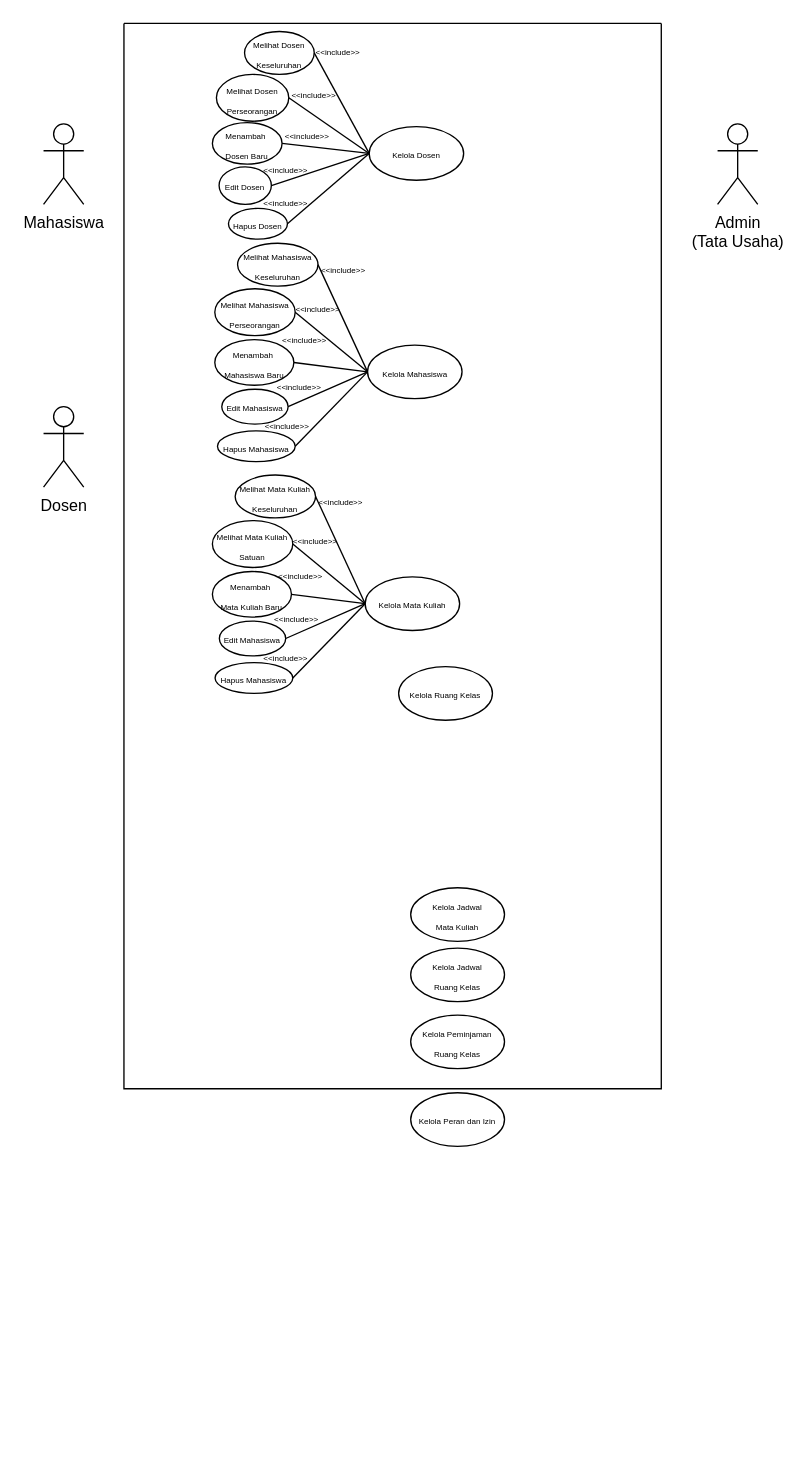
Above: Untitled Diagram.drawio in Cahayatirta/agama (draw.io), before the change. Source tidied: cells renumbered, new cells numbered last; positions are measured from the earlier drawing's top-left corner, leaving out a move shared by most shapes. Both pictures are drawn from the tidied source at 134%, with x=0, y=0 at pixel (43, 23).
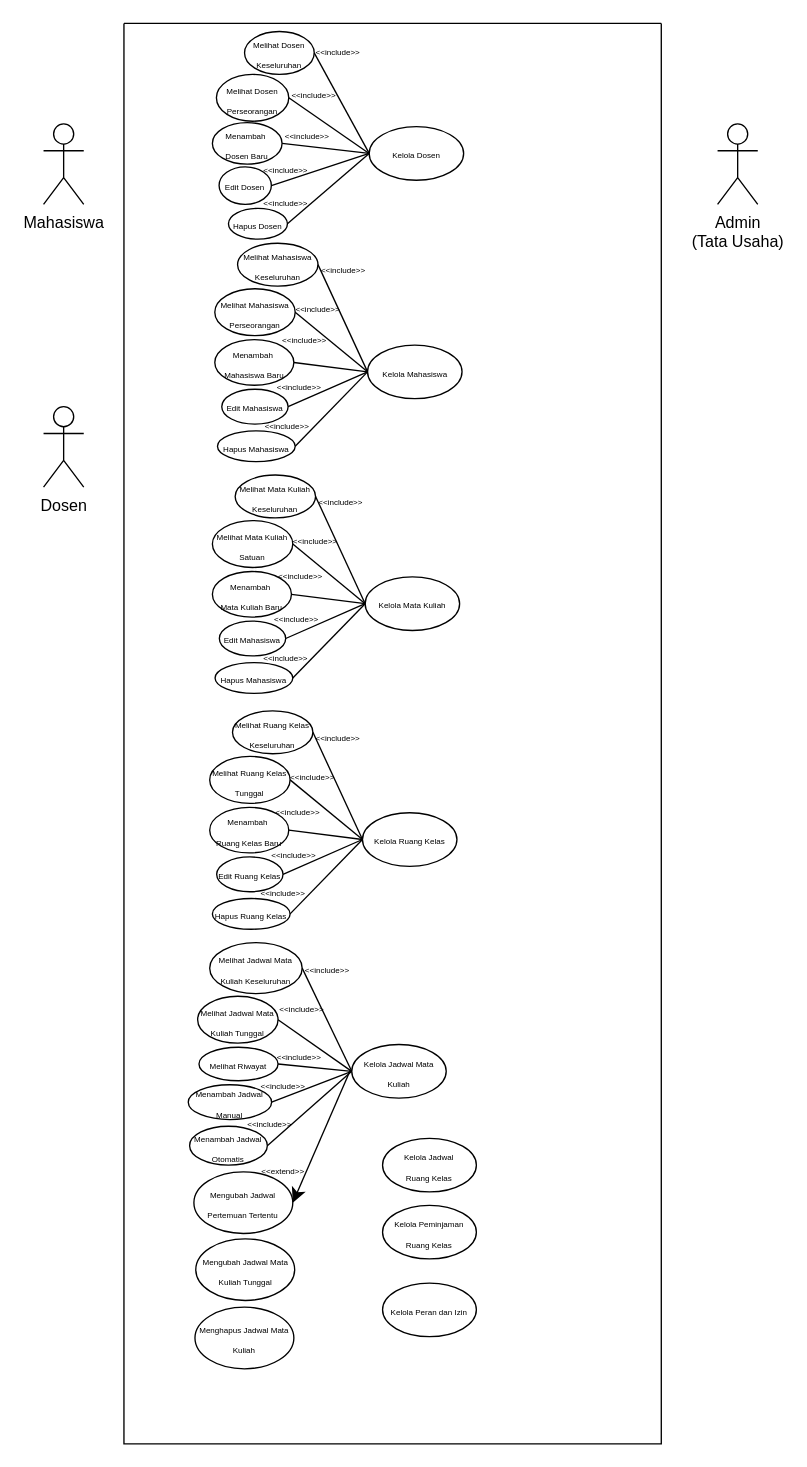
After the change.

Change to the diagram source:
```diff
@@
     <mxCell id="5" style="swimlane;startSize=0;" parent="1" vertex="1">
-      <mxGeometry x="60" width="401" height="795" as="geometry" />
+      <mxGeometry x="60" width="401" height="1060" as="geometry" />
     </mxCell>
@@
-    <mxCell id="8" value="&lt;font style=&quot;font-size: 6px;&quot;&gt;Kelola Ruang Kelas&lt;/font&gt;" style="ellipse;whiteSpace=wrap;html=1;verticalAlign=middle;align=center;" parent="5" vertex="1">
-      <mxGeometry x="205" y="480" width="70" height="40" as="geometry" />
-    </mxCell>
-    <mxCell id="9" value="&lt;font style=&quot;font-size: 6px;&quot;&gt;Kelola Jadwal&lt;/font&gt;&lt;div&gt;&lt;font style=&quot;font-size: 6px;&quot;&gt;Mata Kuliah&lt;/font&gt;&lt;/div&gt;" style="ellipse;whiteSpace=wrap;html=1;verticalAlign=middle;align=center;" parent="5" vertex="1">
-      <mxGeometry x="214" y="645" width="70" height="40" as="geometry" />
-    </mxCell>
     <mxCell id="10" value="&lt;font style=&quot;font-size: 6px;&quot;&gt;Kelola Jadwal&lt;/font&gt;&lt;div&gt;&lt;font style=&quot;font-size: 6px;&quot;&gt;Ruang Kelas&lt;/font&gt;&lt;/div&gt;" style="ellipse;whiteSpace=wrap;html=1;verticalAlign=middle;align=center;" parent="5" vertex="1">
-      <mxGeometry x="214" y="690" width="70" height="40" as="geometry" />
+      <mxGeometry x="193" y="832" width="70" height="40" as="geometry" />
     </mxCell>
     <mxCell id="11" value="&lt;font style=&quot;font-size: 6px;&quot;&gt;Kelola Peminjaman&lt;/font&gt;&lt;div&gt;&lt;font style=&quot;font-size: 6px;&quot;&gt;Ruang Kelas&lt;/font&gt;&lt;/div&gt;" style="ellipse;whiteSpace=wrap;html=1;verticalAlign=middle;align=center;" parent="5" vertex="1">
-      <mxGeometry x="214" y="740" width="70" height="40" as="geometry" />
+      <mxGeometry x="193" y="882" width="70" height="40" as="geometry" />
     </mxCell>
     <mxCell id="12" value="&lt;span style=&quot;font-size: 6px;&quot;&gt;Kelola Peran dan Izin&lt;/span&gt;" style="ellipse;whiteSpace=wrap;html=1;verticalAlign=middle;align=center;" parent="5" vertex="1">
-      <mxGeometry x="214" y="798" width="70" height="40" as="geometry" />
+      <mxGeometry x="193" y="940" width="70" height="40" as="geometry" />
     </mxCell>
@@
+    <mxCell id="8" value="&lt;font style=&quot;font-size: 6px;&quot;&gt;Kelola Ruang Kelas&lt;/font&gt;" style="ellipse;whiteSpace=wrap;html=1;verticalAlign=middle;align=center;" parent="5" vertex="1">
+      <mxGeometry x="178" y="589" width="70.5" height="40" as="geometry" />
+    </mxCell>
+    <mxCell id="60" value="&lt;span style=&quot;font-size: 6px;&quot;&gt;Melihat Ruang Kelas Keseluruhan&lt;/span&gt;" style="ellipse;whiteSpace=wrap;html=1;verticalAlign=middle;align=center;" parent="5" vertex="1">
+      <mxGeometry x="81" y="513" width="60" height="32" as="geometry" />
+    </mxCell>
+    <mxCell id="61" value="&lt;span style=&quot;font-size: 6px;&quot;&gt;Melihat Ruang Kelas Tunggal&lt;/span&gt;" style="ellipse;whiteSpace=wrap;html=1;verticalAlign=middle;align=center;" parent="5" vertex="1">
+      <mxGeometry x="64" y="547" width="60" height="35" as="geometry" />
+    </mxCell>
+    <mxCell id="62" value="&lt;span style=&quot;font-size: 6px;&quot;&gt;Menambah&amp;nbsp;&lt;/span&gt;&lt;div&gt;&lt;span style=&quot;font-size: 6px;&quot;&gt;Ruang Kelas Baru&lt;/span&gt;&lt;/div&gt;" style="ellipse;whiteSpace=wrap;html=1;verticalAlign=middle;align=center;" parent="5" vertex="1">
+      <mxGeometry x="64" y="585" width="59" height="34" as="geometry" />
+    </mxCell>
+    <mxCell id="63" value="&lt;span style=&quot;font-size: 6px;&quot;&gt;Edit Ruang Kelas&lt;/span&gt;" style="ellipse;whiteSpace=wrap;html=1;verticalAlign=middle;align=center;" parent="5" vertex="1">
+      <mxGeometry x="69.2" y="622" width="49.5" height="26" as="geometry" />
+    </mxCell>
+    <mxCell id="64" value="&lt;span style=&quot;font-size: 6px;&quot;&gt;Hapus Ruang Kelas&lt;/span&gt;" style="ellipse;whiteSpace=wrap;html=1;verticalAlign=middle;align=center;" parent="5" vertex="1">
+      <mxGeometry x="66" y="653" width="58" height="23" as="geometry" />
+    </mxCell>
+    <mxCell id="65" style="endArrow=none;html=1;rounded=0;fontSize=12;startSize=8;endSize=8;curved=1;entryX=1;entryY=0.5;entryDx=0;entryDy=0;exitX=0;exitY=0.5;exitDx=0;exitDy=0;" parent="5" edge="1" source="8" target="60">
+      <mxGeometry relative="1" as="geometry" />
+    </mxCell>
+    <mxCell id="66" style="endArrow=none;html=1;rounded=0;fontSize=12;startSize=8;endSize=8;curved=1;entryX=1;entryY=0.5;entryDx=0;entryDy=0;exitX=0;exitY=0.5;exitDx=0;exitDy=0;" parent="5" edge="1" source="8" target="61">
+      <mxGeometry relative="1" as="geometry" />
+    </mxCell>
+    <mxCell id="67" style="endArrow=none;html=1;rounded=0;fontSize=12;startSize=8;endSize=8;curved=1;entryX=1;entryY=0.5;entryDx=0;entryDy=0;exitX=0;exitY=0.5;exitDx=0;exitDy=0;" parent="5" edge="1" source="8" target="62">
+      <mxGeometry relative="1" as="geometry" />
+    </mxCell>
+    <mxCell id="68" style="endArrow=none;html=1;rounded=0;fontSize=12;startSize=8;endSize=8;curved=1;entryX=1;entryY=0.5;entryDx=0;entryDy=0;exitX=0;exitY=0.5;exitDx=0;exitDy=0;" parent="5" edge="1" source="8" target="63">
+      <mxGeometry relative="1" as="geometry" />
+    </mxCell>
+    <mxCell id="69" style="endArrow=none;html=1;rounded=0;fontSize=12;startSize=8;endSize=8;curved=1;entryX=1;entryY=0.5;entryDx=0;entryDy=0;exitX=0;exitY=0.5;exitDx=0;exitDy=0;" parent="5" edge="1" source="8" target="64">
+      <mxGeometry relative="1" as="geometry" />
+    </mxCell>
+    <mxCell id="70" value="&lt;font style=&quot;font-size: 6px;&quot;&gt;&amp;lt;&amp;lt;include&amp;gt;&amp;gt;&lt;/font&gt;" style="text;html=1;align=center;verticalAlign=middle;whiteSpace=wrap;rounded=0;" parent="5" vertex="1">
+      <mxGeometry x="146" y="531" width="28" height="1" as="geometry" />
+    </mxCell>
+    <mxCell id="71" value="&lt;font style=&quot;font-size: 6px;&quot;&gt;&amp;lt;&amp;lt;include&amp;gt;&amp;gt;&lt;/font&gt;" style="text;html=1;align=center;verticalAlign=middle;whiteSpace=wrap;rounded=0;" parent="5" vertex="1">
+      <mxGeometry x="127" y="560" width="28" height="1" as="geometry" />
+    </mxCell>
+    <mxCell id="72" value="&lt;font style=&quot;font-size: 6px;&quot;&gt;&amp;lt;&amp;lt;include&amp;gt;&amp;gt;&lt;/font&gt;" style="text;html=1;align=center;verticalAlign=middle;whiteSpace=wrap;rounded=0;" parent="5" vertex="1">
+      <mxGeometry x="116" y="585" width="28" height="3" as="geometry" />
+    </mxCell>
+    <mxCell id="73" value="&lt;font style=&quot;font-size: 6px;&quot;&gt;&amp;lt;&amp;lt;include&amp;gt;&amp;gt;&lt;/font&gt;" style="text;html=1;align=center;verticalAlign=middle;whiteSpace=wrap;rounded=0;" parent="5" vertex="1">
+      <mxGeometry x="113" y="616" width="28" height="6" as="geometry" />
+    </mxCell>
+    <mxCell id="74" value="&lt;font style=&quot;font-size: 6px;&quot;&gt;&amp;lt;&amp;lt;include&amp;gt;&amp;gt;&lt;/font&gt;" style="text;html=1;align=center;verticalAlign=middle;whiteSpace=wrap;rounded=0;" parent="5" vertex="1">
+      <mxGeometry x="104.5" y="645" width="28" height="6" as="geometry" />
+    </mxCell>
+    <mxCell id="9" value="&lt;font style=&quot;font-size: 6px;&quot;&gt;Kelola Jadwal Mata Kuliah&lt;/font&gt;" style="ellipse;whiteSpace=wrap;html=1;verticalAlign=middle;align=center;" parent="5" vertex="1">
+      <mxGeometry x="170" y="762" width="70.5" height="40" as="geometry" />
+    </mxCell>
+    <mxCell id="75" value="&lt;span style=&quot;font-size: 6px;&quot;&gt;Melihat Jadwal Mata Kuliah Keseluruhan&lt;/span&gt;" style="ellipse;whiteSpace=wrap;html=1;verticalAlign=middle;align=center;" parent="5" vertex="1">
+      <mxGeometry x="64" y="686" width="69" height="38" as="geometry" />
+    </mxCell>
+    <mxCell id="76" value="&lt;span style=&quot;font-size: 6px;&quot;&gt;Melihat Jadwal Mata Kuliah Tunggal&lt;/span&gt;" style="ellipse;whiteSpace=wrap;html=1;verticalAlign=middle;align=center;" parent="5" vertex="1">
+      <mxGeometry x="55" y="726" width="60" height="35" as="geometry" />
+    </mxCell>
+    <mxCell id="77" value="&lt;span style=&quot;font-size: 6px;&quot;&gt;Melihat Riwayat&lt;/span&gt;" style="ellipse;whiteSpace=wrap;html=1;verticalAlign=middle;align=center;" parent="5" vertex="1">
+      <mxGeometry x="56" y="764" width="59" height="25" as="geometry" />
+    </mxCell>
+    <mxCell id="78" value="&lt;span style=&quot;font-size: 6px;&quot;&gt;Menambah Jadwal Manual&lt;/span&gt;" style="ellipse;whiteSpace=wrap;html=1;verticalAlign=middle;align=center;" parent="5" vertex="1">
+      <mxGeometry x="48" y="792" width="62.2" height="26" as="geometry" />
+    </mxCell>
+    <mxCell id="79" value="&lt;span style=&quot;font-size: 6px;&quot;&gt;Menambah Jadwal Otomatis&lt;/span&gt;" style="ellipse;whiteSpace=wrap;html=1;verticalAlign=middle;align=center;" parent="5" vertex="1">
+      <mxGeometry x="49" y="823" width="58" height="29" as="geometry" />
+    </mxCell>
+    <mxCell id="80" style="endArrow=none;html=1;rounded=0;fontSize=12;startSize=8;endSize=8;curved=1;entryX=1;entryY=0.5;entryDx=0;entryDy=0;exitX=0;exitY=0.5;exitDx=0;exitDy=0;" parent="5" edge="1" source="9" target="75">
+      <mxGeometry relative="1" as="geometry" />
+    </mxCell>
+    <mxCell id="81" style="endArrow=none;html=1;rounded=0;fontSize=12;startSize=8;endSize=8;curved=1;entryX=1;entryY=0.5;entryDx=0;entryDy=0;exitX=0;exitY=0.5;exitDx=0;exitDy=0;" parent="5" edge="1" source="9" target="76">
+      <mxGeometry relative="1" as="geometry" />
+    </mxCell>
+    <mxCell id="82" style="endArrow=none;html=1;rounded=0;fontSize=12;startSize=8;endSize=8;curved=1;entryX=1;entryY=0.5;entryDx=0;entryDy=0;exitX=0;exitY=0.5;exitDx=0;exitDy=0;" parent="5" edge="1" source="9" target="77">
+      <mxGeometry relative="1" as="geometry" />
+    </mxCell>
+    <mxCell id="83" style="endArrow=none;html=1;rounded=0;fontSize=12;startSize=8;endSize=8;curved=1;entryX=1;entryY=0.5;entryDx=0;entryDy=0;exitX=0;exitY=0.5;exitDx=0;exitDy=0;" parent="5" edge="1" source="9" target="78">
+      <mxGeometry relative="1" as="geometry" />
+    </mxCell>
+    <mxCell id="84" style="endArrow=none;html=1;rounded=0;fontSize=12;entryX=1;entryY=0.5;entryDx=0;entryDy=0;exitX=0;exitY=0.5;exitDx=0;exitDy=0;" parent="5" edge="1" source="9" target="79">
+      <mxGeometry relative="1" as="geometry" />
+    </mxCell>
+    <mxCell id="85" value="&lt;font style=&quot;font-size: 6px;&quot;&gt;&amp;lt;&amp;lt;include&amp;gt;&amp;gt;&lt;/font&gt;" style="text;html=1;align=center;verticalAlign=middle;whiteSpace=wrap;rounded=0;" parent="5" vertex="1">
+      <mxGeometry x="138" y="704" width="28" height="1" as="geometry" />
+    </mxCell>
+    <mxCell id="86" value="&lt;font style=&quot;font-size: 6px;&quot;&gt;&amp;lt;&amp;lt;include&amp;gt;&amp;gt;&lt;/font&gt;" style="text;html=1;align=center;verticalAlign=middle;whiteSpace=wrap;rounded=0;" parent="5" vertex="1">
+      <mxGeometry x="119" y="733" width="28" height="1" as="geometry" />
+    </mxCell>
+    <mxCell id="87" value="&lt;font style=&quot;font-size: 6px;&quot;&gt;&amp;lt;&amp;lt;include&amp;gt;&amp;gt;&lt;/font&gt;" style="text;html=1;align=center;verticalAlign=middle;whiteSpace=wrap;rounded=0;" parent="5" vertex="1">
+      <mxGeometry x="116.8" y="768" width="28" height="3" as="geometry" />
+    </mxCell>
+    <mxCell id="88" value="&lt;font style=&quot;font-size: 6px;&quot;&gt;&amp;lt;&amp;lt;include&amp;gt;&amp;gt;&lt;/font&gt;" style="text;html=1;align=center;verticalAlign=middle;whiteSpace=wrap;rounded=0;" parent="5" vertex="1">
+      <mxGeometry x="105" y="789" width="28" height="6" as="geometry" />
+    </mxCell>
+    <mxCell id="89" value="&lt;font style=&quot;font-size: 6px;&quot;&gt;&amp;lt;&amp;lt;include&amp;gt;&amp;gt;&lt;/font&gt;" style="text;html=1;align=center;verticalAlign=middle;whiteSpace=wrap;rounded=0;" parent="5" vertex="1">
+      <mxGeometry x="94.5" y="817" width="28" height="6" as="geometry" />
+    </mxCell>
+    <mxCell id="90" value="&lt;span style=&quot;font-size: 6px;&quot;&gt;Mengubah Jadwal Pertemuan Tertentu&lt;/span&gt;" style="ellipse;whiteSpace=wrap;html=1;verticalAlign=middle;align=center;" parent="5" vertex="1">
+      <mxGeometry x="52.2" y="857" width="73.8" height="46" as="geometry" />
+    </mxCell>
+    <mxCell id="91" style="endArrow=classic;html=1;rounded=0;fontSize=12;startSize=8;endSize=8;curved=1;entryX=1;entryY=0.5;entryDx=0;entryDy=0;" parent="5" edge="1" target="90">
+      <mxGeometry relative="1" as="geometry">
+        <mxPoint x="169" y="781" as="sourcePoint" />
+      </mxGeometry>
+    </mxCell>
+    <mxCell id="92" value="&lt;span style=&quot;font-size: 6px;&quot;&gt;&amp;lt;&amp;lt;extend&amp;gt;&amp;gt;&lt;/span&gt;" style="text;html=1;align=center;verticalAlign=middle;whiteSpace=wrap;rounded=0;" parent="5" vertex="1">
+      <mxGeometry x="104.5" y="845" width="28" height="19" as="geometry" />
+    </mxCell>
+    <mxCell id="93" value="&lt;span style=&quot;font-size: 6px;&quot;&gt;Mengubah Jadwal Mata Kuliah Tunggal&lt;/span&gt;" style="ellipse;whiteSpace=wrap;html=1;verticalAlign=middle;align=center;" parent="5" vertex="1">
+      <mxGeometry x="53.6" y="907" width="73.8" height="46" as="geometry" />
+    </mxCell>
+    <mxCell id="94" value="&lt;span style=&quot;font-size: 6px;&quot;&gt;Menghapus Jadwal Mata Kuliah&lt;/span&gt;" style="ellipse;whiteSpace=wrap;html=1;verticalAlign=middle;align=center;" parent="5" vertex="1">
+      <mxGeometry x="53" y="958" width="73.8" height="46" as="geometry" />
+    </mxCell>
```
